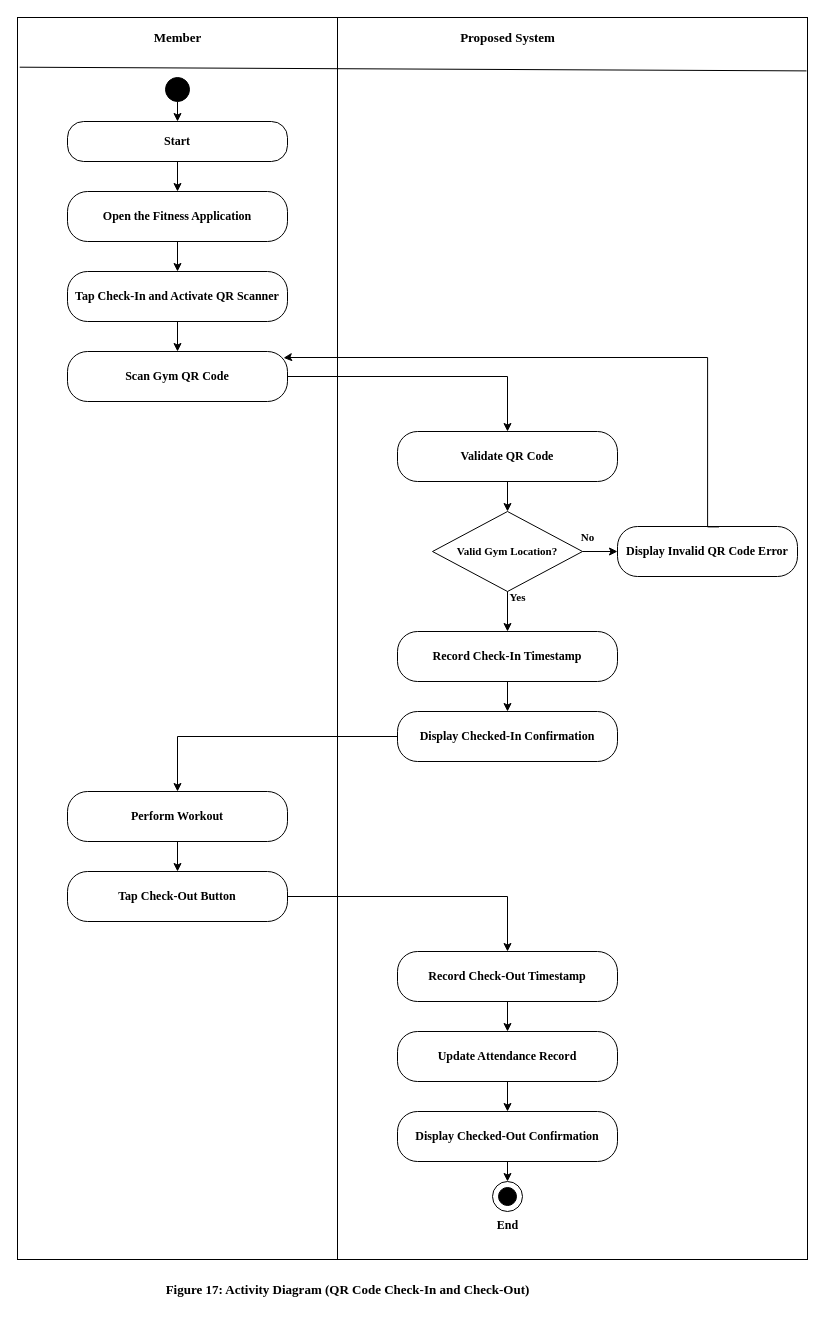
This is chapter123/Activity-Fig17-QR-CheckIn-CheckOut.drawio from JohnPaul010505/capstsh, a draw.io file, before an edit. Source tidied: cells renumbered, new cells numbered last; positions are measured from the earlier drawing's top-left corner, leaving out a move shared by most shapes. Both pictures are drawn from the tidied source at 100%, with x=0, y=0 at pixel (17, 17).
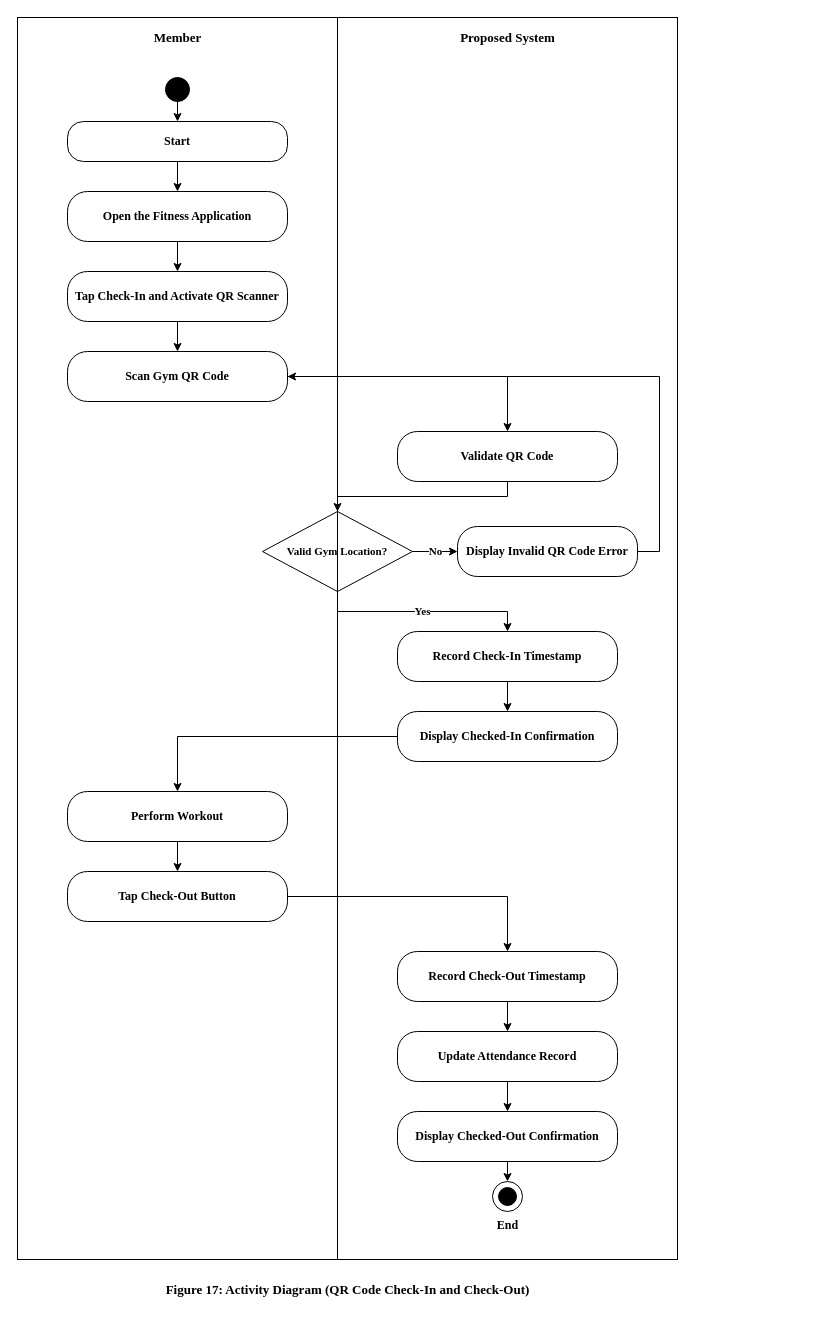
The same diagram, later.

The change refers to these unchanged cells:
```xml
<mxCell id="7" value="Scan Gym QR Code" style="rounded=1;whiteSpace=wrap;html=1;arcSize=40;fillColor=#FFFFFF;strokeColor=#000000;fontFamily=Times New Roman;fontSize=12;fontStyle=1;" parent="1" vertex="1">
  <mxGeometry x="50" y="334" width="220" height="50" as="geometry" />
</mxCell>
<mxCell id="11" value="Record Check-In Timestamp" style="rounded=1;whiteSpace=wrap;html=1;arcSize=40;fillColor=#FFFFFF;strokeColor=#000000;fontFamily=Times New Roman;fontSize=12;fontStyle=1;" parent="1" vertex="1">
  <mxGeometry x="380" y="614" width="220" height="50" as="geometry" />
</mxCell>
```

The edit, as a diff of the source:
```diff
@@
     <mxCell id="2" style="rounded=0;whiteSpace=wrap;html=1;fillColor=none;strokeColor=#000000;" parent="1" vertex="1">
-      <mxGeometry width="790" height="1242" as="geometry" />
+      <mxGeometry width="660" height="1242" as="geometry" />
     </mxCell>
@@
     <mxCell id="9" value="Valid Gym Location?" style="rhombus;whiteSpace=wrap;html=1;fillColor=#FFFFFF;strokeColor=#000000;fontFamily=Times New Roman;fontSize=11;fontStyle=1;" parent="1" vertex="1">
-      <mxGeometry x="415" y="494" width="150" height="80" as="geometry" />
+      <mxGeometry x="245" y="494" width="150" height="80" as="geometry" />
     </mxCell>
     <mxCell id="10" value="Display Invalid QR Code Error" style="rounded=1;whiteSpace=wrap;html=1;arcSize=40;fillColor=#FFFFFF;strokeColor=#000000;fontFamily=Times New Roman;fontSize=12;fontStyle=1;" parent="1" vertex="1">
-      <mxGeometry x="600" y="509" width="180" height="50" as="geometry" />
+      <mxGeometry x="440" y="509" width="180" height="50" as="geometry" />
     </mxCell>
@@
     <mxCell id="30" value="No" style="edgeStyle=orthogonalEdgeStyle;rounded=0;html=1;strokeColor=#000000;fontFamily=Times New Roman;fontSize=11;fontStyle=1;labelBackgroundColor=#FFFFFF;exitX=1;exitY=0.5;exitDx=0;exitDy=0;entryX=0;entryY=0.5;entryDx=0;entryDy=0;" parent="1" edge="1" source="9" target="10">
-      <mxGeometry x="-0.71" y="14" relative="1" as="geometry" />
+      <mxGeometry relative="1" as="geometry" />
     </mxCell>
-    <mxCell id="31" style="edgeStyle=orthogonalEdgeStyle;rounded=0;html=1;strokeColor=#000000;exitX=0.564;exitY=0.008;exitDx=0;exitDy=0;entryX=0.982;entryY=0.127;entryDx=0;entryDy=0;exitPerimeter=0;entryPerimeter=0;" parent="1" edge="1" source="10" target="7">
+    <mxCell id="31" style="edgeStyle=orthogonalEdgeStyle;rounded=0;html=1;strokeColor=#000000;exitX=1;exitY=0.5;exitDx=0;exitDy=0;entryX=1;entryY=0.5;entryDx=0;entryDy=0;" parent="1" edge="1" source="10" target="7">
       <mxGeometry relative="1" as="geometry">
         <Array as="points">
-          <mxPoint x="690.1" y="509.4" />
-          <mxPoint x="690.1" y="340" />
-          <mxPoint x="270" y="340" />
+          <mxPoint x="642" y="534" />
+          <mxPoint x="642" y="359" />
         </Array>
       </mxGeometry>
     </mxCell>
     <mxCell id="32" value="Yes" style="edgeStyle=orthogonalEdgeStyle;rounded=0;html=1;strokeColor=#000000;fontFamily=Times New Roman;fontSize=11;fontStyle=1;labelBackgroundColor=#FFFFFF;exitX=0.5;exitY=1;exitDx=0;exitDy=0;entryX=0.5;entryY=0;entryDx=0;entryDy=0;" parent="1" edge="1" source="9" target="11">
-      <mxGeometry x="-0.7" y="10" relative="1" as="geometry" />
+      <mxGeometry relative="1" as="geometry" />
     </mxCell>
@@
-    <mxCell id="41" style="endArrow=none;html=1;rounded=0;exitX=0.004;exitY=0.04;exitDx=0;exitDy=0;exitPerimeter=0;entryX=1;entryY=0.043;entryDx=0;entryDy=0;entryPerimeter=0;" parent="1" edge="1">
-      <mxGeometry relative="1" as="geometry">
-        <mxPoint x="2.2" y="49.7" as="sourcePoint" />
-        <mxPoint x="789" y="53.4" as="targetPoint" />
-      </mxGeometry>
-    </mxCell>
```
